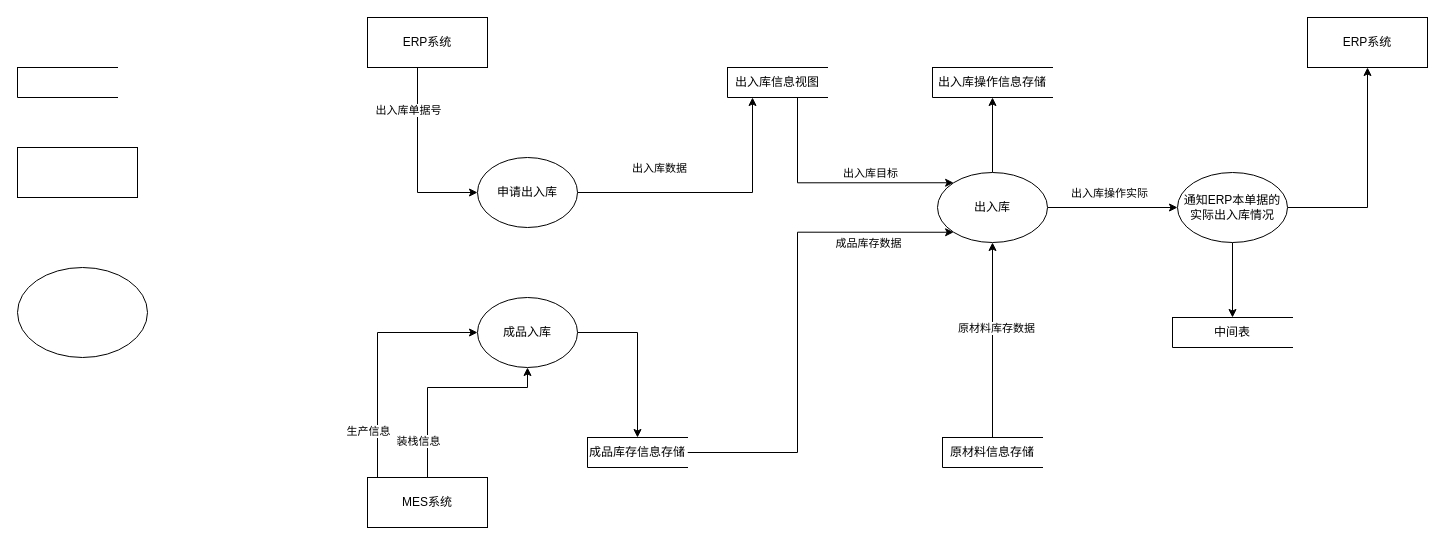
This is wms数据流图.drawio from 177-Liukuan/MyPicture, a draw.io file, before an edit. Source tidied: cells renumbered, new cells numbered last; positions are measured from the earlier drawing's top-left corner, leaving out a move shared by most shapes. Both pictures are drawn from the tidied source at 100%, with x=0, y=0 at pixel (17, 17).
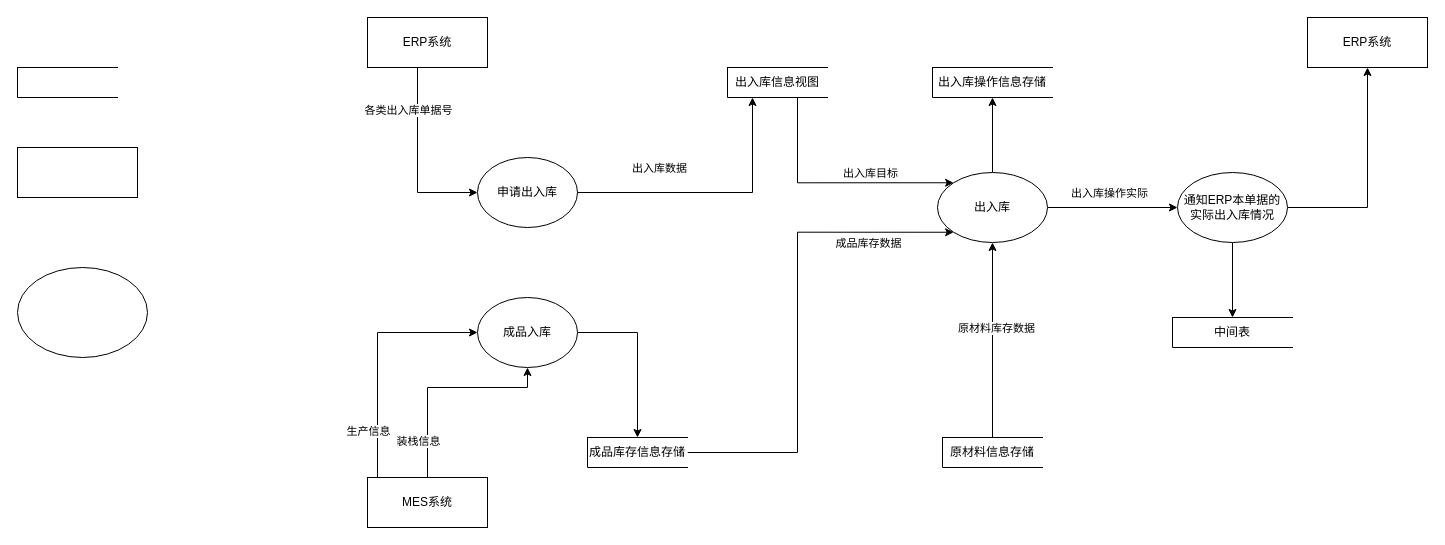
After the change.

Commit message (it also covers changes not shown here):
更新wms数据流图.drawio

Unchanged cells that the change refers to:
```xml
<mxCell id="5" style="edgeStyle=orthogonalEdgeStyle;rounded=0;jettySize=auto;html=1;entryX=0;entryY=0.5;entryDx=0;entryDy=0;" parent="1" edge="1" source="7" target="10">
  <mxGeometry relative="1" as="geometry">
    <Array as="points">
      <mxPoint x="400" y="175" />
    </Array>
  </mxGeometry>
</mxCell>
```

The edit, as a diff of the source:
```diff
@@
-    <mxCell id="6" value="出入库单据号" style="edgeLabel;html=1;align=center;verticalAlign=middle;" parent="5" vertex="1">
+    <mxCell id="6" value="各类出入库单据号" style="edgeLabel;html=1;align=center;verticalAlign=middle;" parent="5" vertex="1">
       <mxGeometry x="0.02" relative="1" as="geometry">
         <mxPoint x="-10" y="-52" as="offset" />
       </mxGeometry>
     </mxCell>
```
